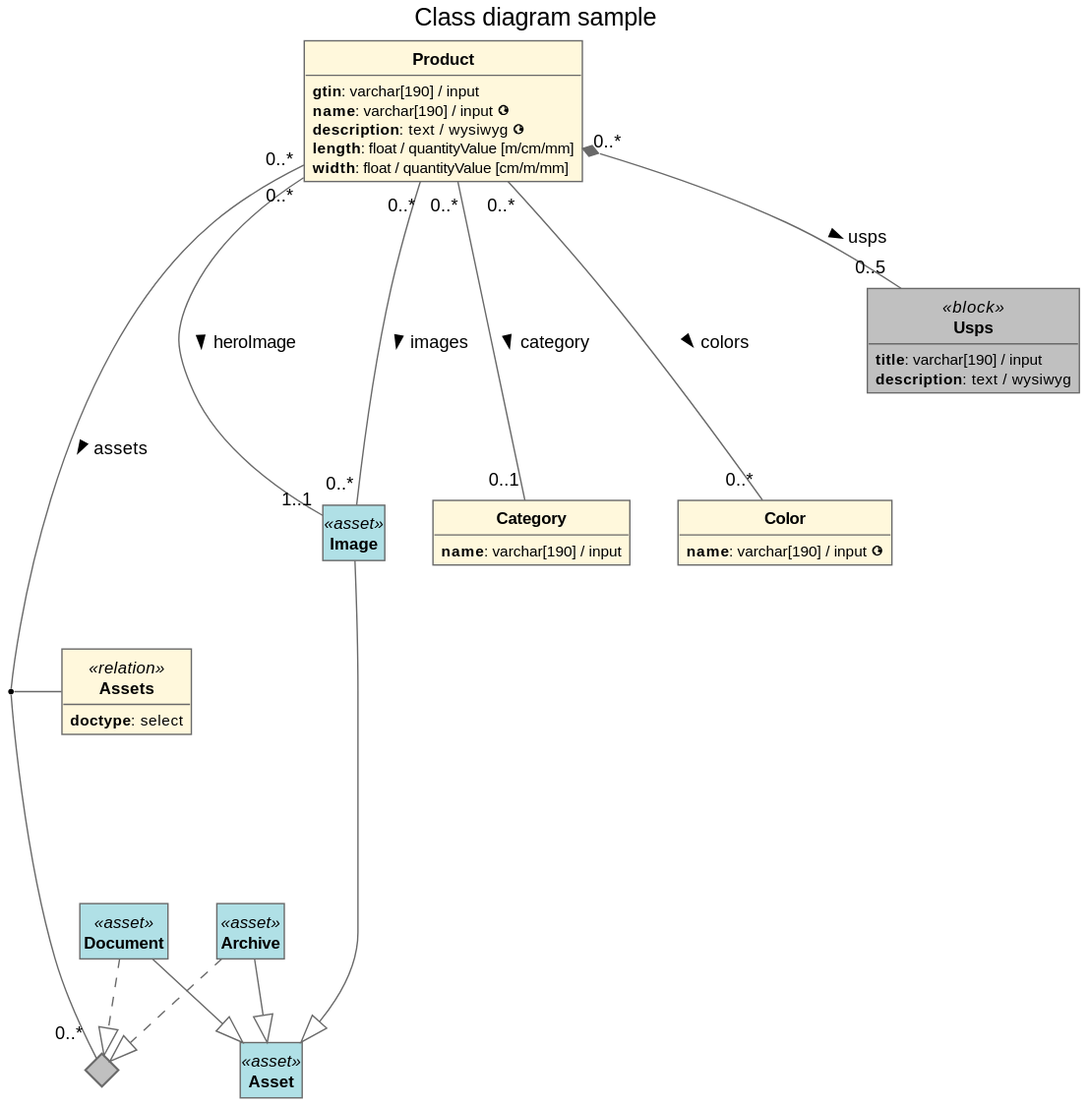
Before: doc/sample.svg, a diagram exported from PlantUML (brunner-medien/pimcore-plantuml).
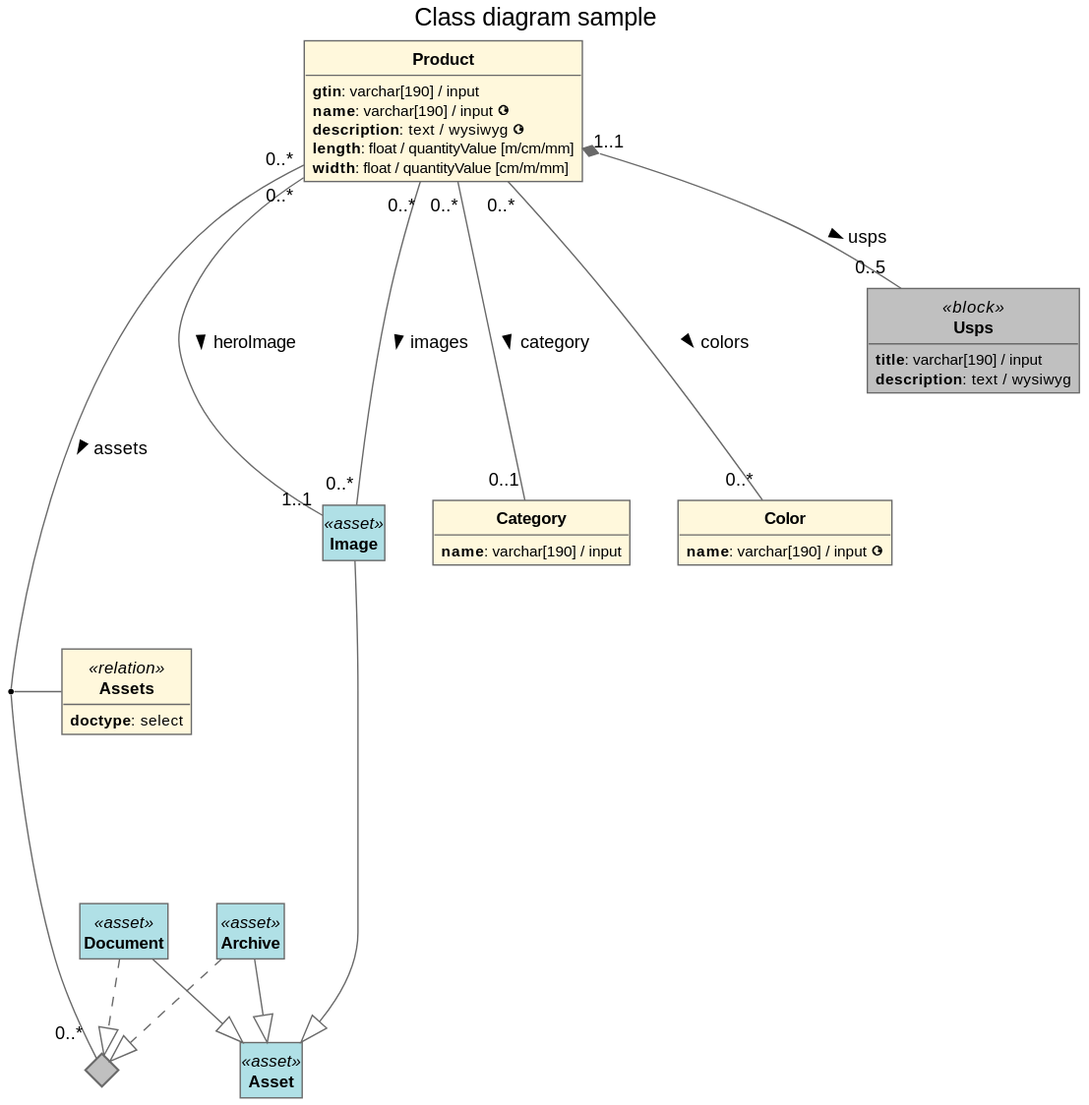
After the change.

Change to the diagram source:
```diff
@@ -83,6 +83,6 @@
 Object\Product "0..*" --- "0..*" Asset\Image : images >
 Object\Product "0..*" ---- "0..*" Object\Product\Assets\Association : assets >
 (Object\Product,Object\Product\Assets\Association) -- Object\Product\Assets
-Object\Product "0..*" *-- "0..5" Object\Product\Usps : usps >
+Object\Product "1..1" *-- "0..5" Object\Product\Usps : usps >
 
 @enduml
```
